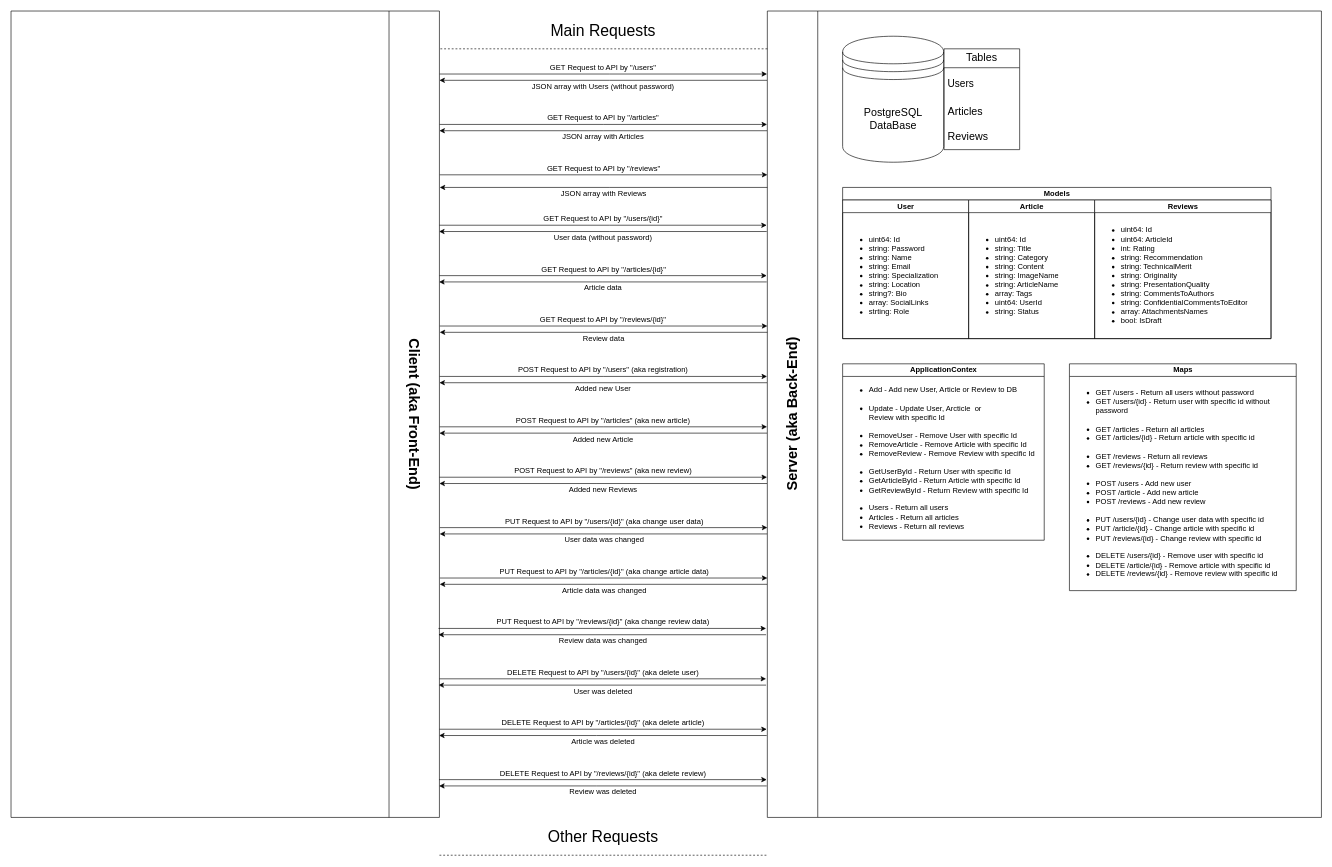
Danil2305A/visual-programming-project keeps this draw.io diagram as visual-programming-project-scheme.drawio. Above is the earlier version. Source tidied: cells renumbered, new cells numbered last; positions are measured from the earlier drawing's top-left corner, leaving out a move shared by most shapes. Both pictures are drawn from the tidied source at 63%, with x=0, y=0 at pixel (11, 11).
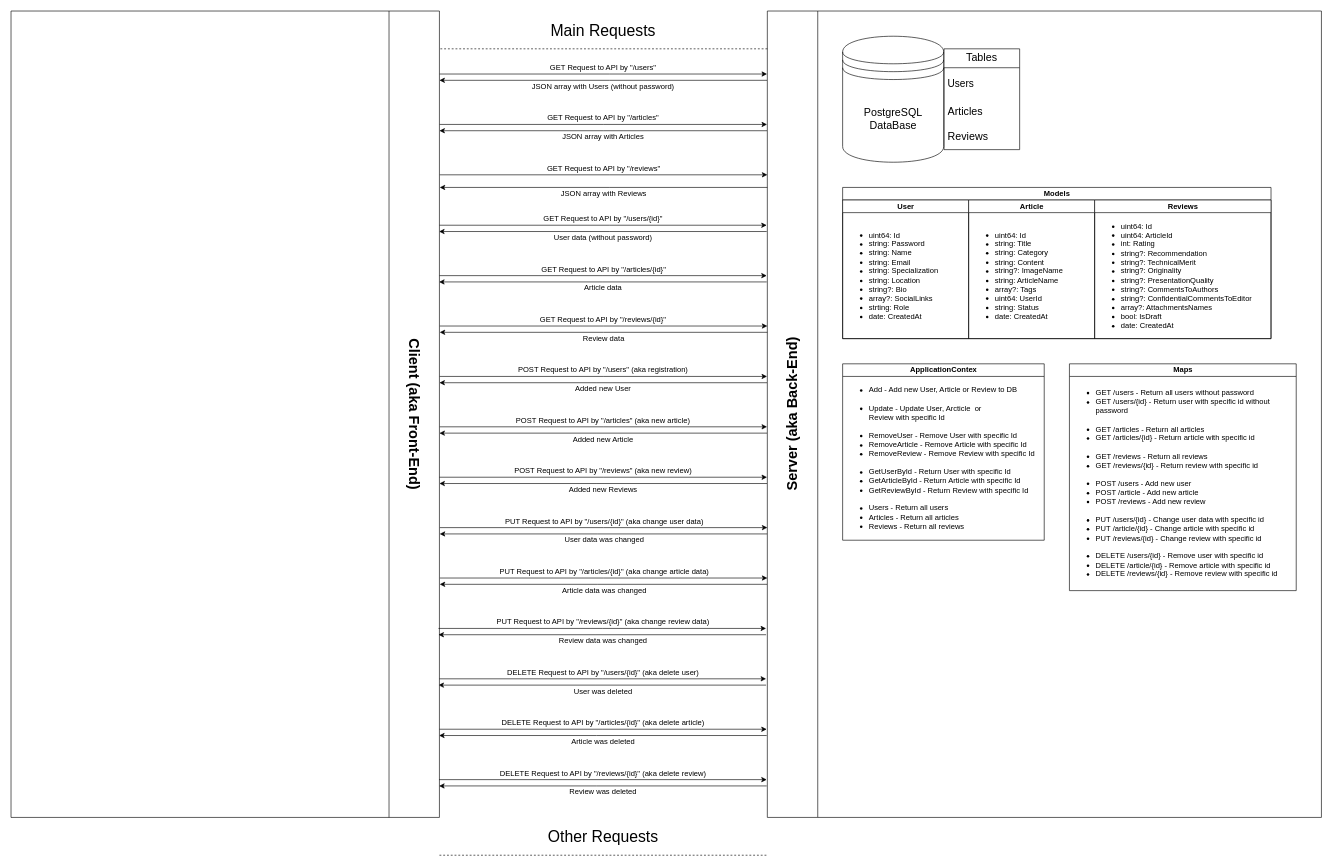
Above is the later version.

Unchanged cells that the change refers to:
```xml
<mxCell id="53" value="User" style="swimlane;startSize=20;html=1;" parent="52" vertex="1">
  <mxGeometry y="20" width="200" height="220" as="geometry" />
</mxCell>
<mxCell id="55" value="Article" style="swimlane;startSize=20;html=1;" parent="52" vertex="1">
  <mxGeometry x="200" y="20" width="200" height="220" as="geometry" />
</mxCell>
<mxCell id="57" value="Reviews" style="swimlane;startSize=20;html=1;" parent="52" vertex="1">
  <mxGeometry x="400" y="20" width="280" height="220" as="geometry" />
</mxCell>
```

What changed in the source:
```diff
@@
-    <mxCell id="54" value="&lt;ul&gt;&lt;li&gt;uint64: Id&lt;/li&gt;&lt;li&gt;string: Password&lt;/li&gt;&lt;li&gt;string: Name&lt;/li&gt;&lt;li&gt;string: Email&lt;/li&gt;&lt;li&gt;string: Specialization&lt;/li&gt;&lt;li&gt;string: Location&lt;/li&gt;&lt;li&gt;string?: Bio&lt;/li&gt;&lt;li&gt;array: SocialLinks&lt;/li&gt;&lt;li&gt;strting: Role&lt;/li&gt;&lt;/ul&gt;" style="text;strokeColor=none;fillColor=none;html=1;whiteSpace=wrap;verticalAlign=middle;overflow=hidden;" parent="53" vertex="1">
+    <mxCell id="54" value="&lt;ul&gt;&lt;li&gt;uint64: Id&lt;/li&gt;&lt;li&gt;string: Password&lt;/li&gt;&lt;li&gt;string: Name&lt;/li&gt;&lt;li&gt;string: Email&lt;/li&gt;&lt;li&gt;string: Specialization&lt;/li&gt;&lt;li&gt;string: Location&lt;/li&gt;&lt;li&gt;string?: Bio&lt;/li&gt;&lt;li&gt;array?: SocialLinks&lt;/li&gt;&lt;li&gt;strting: Role&lt;/li&gt;&lt;li&gt;date: CreatedAt&lt;/li&gt;&lt;/ul&gt;" style="text;strokeColor=none;fillColor=none;html=1;whiteSpace=wrap;verticalAlign=middle;overflow=hidden;" parent="53" vertex="1">
       <mxGeometry y="20" width="200" height="200" as="geometry" />
     </mxCell>
@@
-    <mxCell id="56" value="&lt;ul&gt;&lt;li&gt;uint64: Id&lt;/li&gt;&lt;li&gt;string: Title&lt;/li&gt;&lt;li&gt;string: Category&lt;/li&gt;&lt;li&gt;string: Content&lt;/li&gt;&lt;li&gt;string: ImageName&lt;/li&gt;&lt;li&gt;string: ArticleName&lt;/li&gt;&lt;li&gt;array: Tags&lt;/li&gt;&lt;li&gt;uint64: UserId&lt;/li&gt;&lt;li&gt;string: Status&lt;/li&gt;&lt;/ul&gt;" style="text;strokeColor=none;fillColor=none;html=1;whiteSpace=wrap;verticalAlign=middle;overflow=hidden;" parent="55" vertex="1">
+    <mxCell id="56" value="&lt;ul&gt;&lt;li&gt;uint64: Id&lt;/li&gt;&lt;li&gt;string: Title&lt;/li&gt;&lt;li&gt;string: Category&lt;/li&gt;&lt;li&gt;string: Content&lt;/li&gt;&lt;li&gt;string?: ImageName&lt;/li&gt;&lt;li&gt;string: ArticleName&lt;/li&gt;&lt;li&gt;array?: Tags&lt;/li&gt;&lt;li&gt;uint64: UserId&lt;/li&gt;&lt;li&gt;string: Status&lt;/li&gt;&lt;li&gt;date: CreatedAt&lt;/li&gt;&lt;/ul&gt;" style="text;strokeColor=none;fillColor=none;html=1;whiteSpace=wrap;verticalAlign=middle;overflow=hidden;" parent="55" vertex="1">
       <mxGeometry y="20" width="200" height="200" as="geometry" />
     </mxCell>
@@
-    <mxCell id="58" value="&lt;ul&gt;&lt;li&gt;uint64: Id&lt;/li&gt;&lt;li&gt;uint64: ArticleId&lt;/li&gt;&lt;li&gt;int: Rating&lt;/li&gt;&lt;li&gt;string: Recommendation&lt;/li&gt;&lt;li&gt;string: TechnicalMerit&lt;/li&gt;&lt;li&gt;string: Originality&lt;/li&gt;&lt;li&gt;string: PresentationQuality&lt;/li&gt;&lt;li&gt;string: CommentsToAuthors&lt;/li&gt;&lt;li&gt;string: ConfidentialCommentsToEditor&lt;/li&gt;&lt;li&gt;array: AttachmentsNames&lt;/li&gt;&lt;li&gt;bool: IsDraft&lt;/li&gt;&lt;/ul&gt;" style="text;strokeColor=none;fillColor=none;html=1;whiteSpace=wrap;verticalAlign=middle;overflow=hidden;" parent="57" vertex="1">
+    <mxCell id="58" value="&lt;ul&gt;&lt;li&gt;uint64: Id&lt;/li&gt;&lt;li&gt;uint64: ArticleId&lt;/li&gt;&lt;li&gt;int: Rating&lt;/li&gt;&lt;li&gt;string?: Recommendation&lt;/li&gt;&lt;li&gt;string?: TechnicalMerit&lt;/li&gt;&lt;li&gt;string?: Originality&lt;/li&gt;&lt;li&gt;string?: PresentationQuality&lt;/li&gt;&lt;li&gt;string?: CommentsToAuthors&lt;/li&gt;&lt;li&gt;string?: ConfidentialCommentsToEditor&lt;/li&gt;&lt;li&gt;array?: AttachmentsNames&lt;/li&gt;&lt;li&gt;bool: IsDraft&lt;/li&gt;&lt;li&gt;date: CreatedAt&lt;/li&gt;&lt;/ul&gt;" style="text;strokeColor=none;fillColor=none;html=1;whiteSpace=wrap;verticalAlign=middle;overflow=hidden;" parent="57" vertex="1">
       <mxGeometry y="20" width="280" height="200" as="geometry" />
     </mxCell>
```
